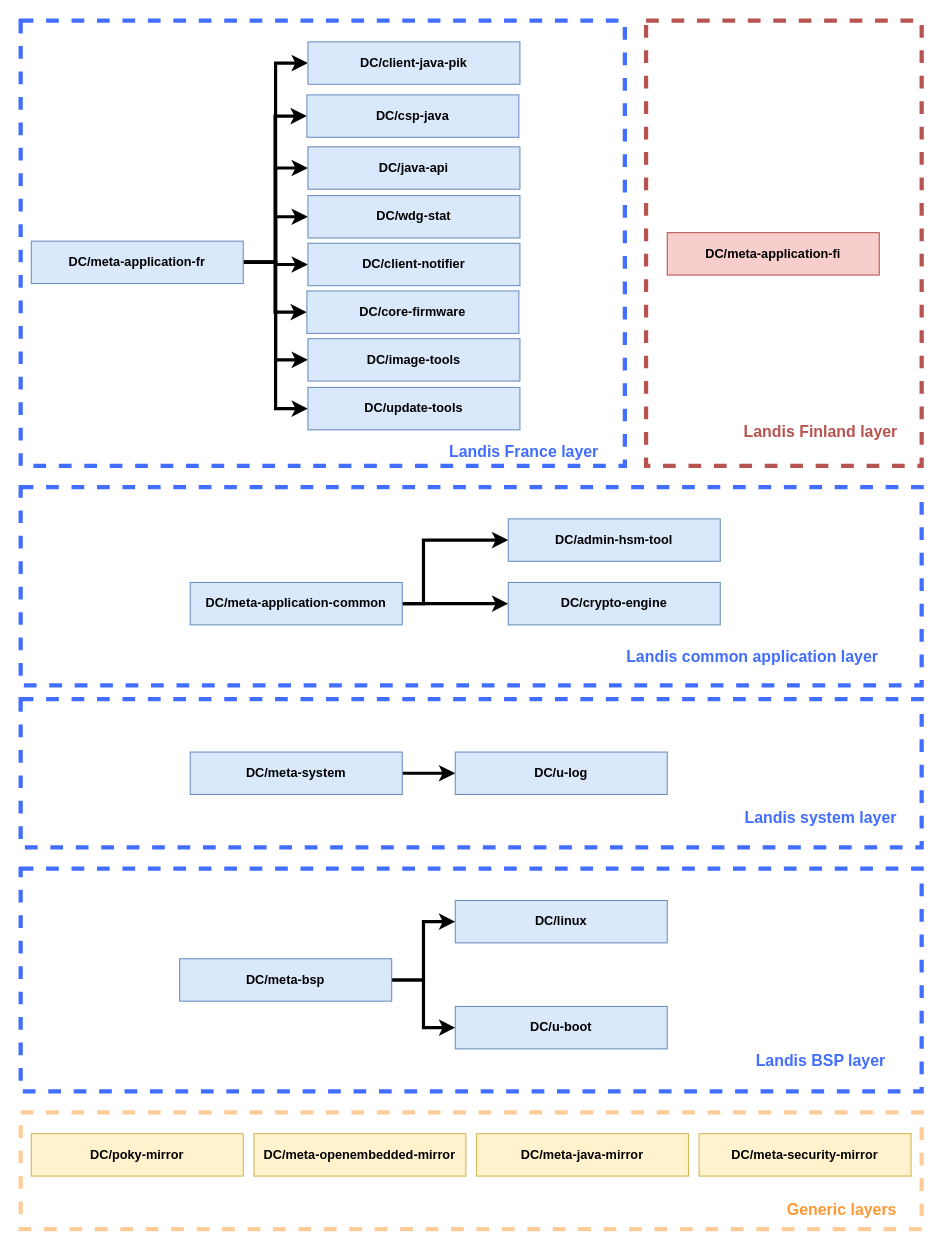
karimLG/docs keeps this draw.io diagram as images/YoctoStructure.drawio. Above is the earlier version. Source tidied: cells renumbered, new cells numbered last; positions are measured from the earlier drawing's top-left corner, leaving out a move shared by most shapes. Both pictures are drawn from the tidied source at 106%, with x=0, y=0 at pixel (20, 20).
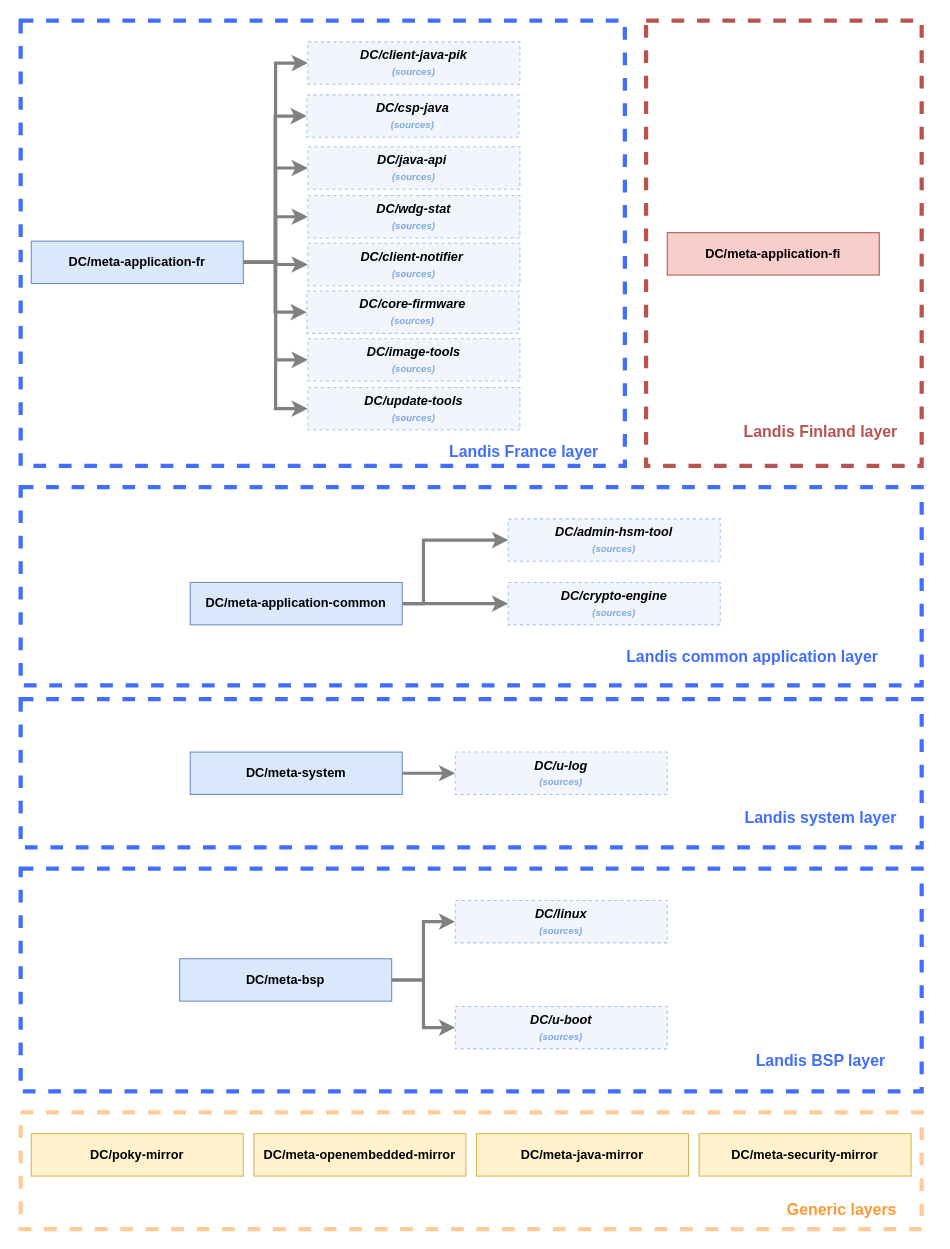
The same page after the edit.

Unchanged cells that the change refers to:
```xml
<mxCell id="11" value="&lt;b&gt;DC/meta-bsp&lt;/b&gt;" style="rounded=0;whiteSpace=wrap;html=1;fillColor=#dae8fc;strokeColor=#6c8ebf;" parent="1" vertex="1">
  <mxGeometry x="150" y="885" width="200" height="40" as="geometry" />
</mxCell>
<mxCell id="16" value="&lt;b&gt;DC/meta-system&lt;/b&gt;" style="rounded=0;whiteSpace=wrap;html=1;fillColor=#dae8fc;strokeColor=#6c8ebf;" parent="1" vertex="1">
  <mxGeometry x="160" y="690" width="200" height="40" as="geometry" />
</mxCell>
<mxCell id="23" value="&lt;b&gt;DC/meta-application-common&lt;/b&gt;" style="rounded=0;whiteSpace=wrap;html=1;fillColor=#dae8fc;strokeColor=#6c8ebf;" parent="1" vertex="1">
  <mxGeometry x="160" y="530" width="200" height="40" as="geometry" />
</mxCell>
<mxCell id="36" value="&lt;b&gt;DC/meta-application-fr&lt;/b&gt;" style="rounded=0;whiteSpace=wrap;html=1;fillColor=#dae8fc;strokeColor=#6c8ebf;" parent="1" vertex="1">
  <mxGeometry x="10" y="208" width="200" height="40" as="geometry" />
</mxCell>
```

The edit, as a diff of the source:
```diff
@@
+    <mxCell id="6" style="rounded=0;whiteSpace=wrap;html=1;fillColor=none;dashed=1;strokeWidth=4;strokeColor=#FFCC99;" parent="1" vertex="1">
+      <mxGeometry y="1030" width="850" height="110" as="geometry" />
+    </mxCell>
+    <mxCell id="18" style="rounded=0;whiteSpace=wrap;html=1;fillColor=none;dashed=1;strokeWidth=4;strokeColor=#426EFF;" parent="1" vertex="1">
+      <mxGeometry y="800" width="850" height="210" as="geometry" />
+    </mxCell>
@@
-    <mxCell id="6" style="rounded=0;whiteSpace=wrap;html=1;fillColor=none;dashed=1;strokeWidth=4;strokeColor=#FFCC99;" parent="1" vertex="1">
-      <mxGeometry y="1030" width="850" height="110" as="geometry" />
-    </mxCell>
@@
-    <mxCell id="9" style="edgeStyle=orthogonalEdgeStyle;rounded=0;jettySize=auto;html=1;exitX=1;exitY=0.5;exitDx=0;exitDy=0;entryX=0;entryY=0.5;entryDx=0;entryDy=0;fontSize=15;strokeWidth=3;" parent="1" edge="1" source="11" target="12">
+    <mxCell id="9" style="edgeStyle=orthogonalEdgeStyle;rounded=0;jettySize=auto;html=1;exitX=1;exitY=0.5;exitDx=0;exitDy=0;entryX=0;entryY=0.5;entryDx=0;entryDy=0;fontSize=15;strokeWidth=3;strokeColor=#808080;" parent="1" edge="1" source="11" target="12">
       <mxGeometry relative="1" as="geometry" />
     </mxCell>
-    <mxCell id="10" style="edgeStyle=orthogonalEdgeStyle;rounded=0;jettySize=auto;html=1;exitX=1;exitY=0.5;exitDx=0;exitDy=0;entryX=0;entryY=0.5;entryDx=0;entryDy=0;strokeWidth=3;fontSize=15;fontColor=#FF9933;" parent="1" edge="1" source="11" target="13">
+    <mxCell id="10" style="edgeStyle=orthogonalEdgeStyle;rounded=0;jettySize=auto;html=1;exitX=1;exitY=0.5;exitDx=0;exitDy=0;entryX=0;entryY=0.5;entryDx=0;entryDy=0;strokeWidth=3;fontSize=15;fontColor=#FF9933;strokeColor=#808080;" parent="1" edge="1" source="11" target="13">
       <mxGeometry relative="1" as="geometry" />
     </mxCell>
@@
-    <mxCell id="12" value="&lt;b&gt;DC/linux&lt;/b&gt;" style="rounded=0;whiteSpace=wrap;html=1;fillColor=#dae8fc;strokeColor=#6c8ebf;" parent="1" vertex="1">
+    <mxCell id="12" value="&lt;b&gt;DC/linux&lt;/b&gt;&lt;b&gt;&lt;br&gt;&lt;/b&gt;&lt;b&gt;&lt;font style=&quot;font-size: 9px;&quot; color=&quot;#7ea6e0&quot;&gt;(sources)&lt;/font&gt;&lt;/b&gt;" style="rounded=0;whiteSpace=wrap;html=1;fillColor=#F2F6FC;strokeColor=#A9C4EB;dashed=1;fontStyle=2;" parent="1" vertex="1">
       <mxGeometry x="410" y="830" width="200" height="40" as="geometry" />
     </mxCell>
-    <mxCell id="13" value="&lt;b&gt;DC/u-boot&lt;/b&gt;" style="rounded=0;whiteSpace=wrap;html=1;fillColor=#dae8fc;strokeColor=#6c8ebf;" parent="1" vertex="1">
+    <mxCell id="13" value="&lt;b&gt;DC/u-boot&lt;/b&gt;&lt;b&gt;&lt;br&gt;&lt;/b&gt;&lt;b&gt;&lt;font style=&quot;font-size: 9px;&quot; color=&quot;#7ea6e0&quot;&gt;(sources)&lt;/font&gt;&lt;/b&gt;" style="rounded=0;whiteSpace=wrap;html=1;fillColor=#F2F6FC;strokeColor=#A9C4EB;fontStyle=2;dashed=1;" parent="1" vertex="1">
       <mxGeometry x="410" y="930" width="200" height="40" as="geometry" />
     </mxCell>
@@
-    <mxCell id="15" style="edgeStyle=orthogonalEdgeStyle;rounded=0;jettySize=auto;html=1;strokeWidth=3;fontSize=15;fontColor=#426EFF;" parent="1" edge="1" source="16" target="17">
+    <mxCell id="15" style="edgeStyle=orthogonalEdgeStyle;rounded=0;jettySize=auto;html=1;strokeWidth=3;fontSize=15;fontColor=#426EFF;strokeColor=#808080;" parent="1" edge="1" source="16" target="17">
       <mxGeometry relative="1" as="geometry" />
     </mxCell>
@@
-    <mxCell id="17" value="&lt;b&gt;DC/u-log&lt;/b&gt;" style="rounded=0;whiteSpace=wrap;html=1;fillColor=#dae8fc;strokeColor=#6c8ebf;" parent="1" vertex="1">
+    <mxCell id="17" value="&lt;b&gt;DC/u-log&lt;/b&gt;&lt;b&gt;&lt;br&gt;&lt;/b&gt;&lt;b&gt;&lt;font style=&quot;font-size: 9px;&quot; color=&quot;#7ea6e0&quot;&gt;(sources)&lt;/font&gt;&lt;/b&gt;" style="rounded=0;whiteSpace=wrap;html=1;fillColor=#F2F6FC;strokeColor=#A9C4EB;fontStyle=2;dashed=1;" parent="1" vertex="1">
       <mxGeometry x="410" y="690" width="200" height="40" as="geometry" />
     </mxCell>
-    <mxCell id="18" style="rounded=0;whiteSpace=wrap;html=1;fillColor=none;dashed=1;strokeWidth=4;strokeColor=#426EFF;" parent="1" vertex="1">
-      <mxGeometry y="800" width="850" height="210" as="geometry" />
-    </mxCell>
@@
-    <mxCell id="21" style="edgeStyle=orthogonalEdgeStyle;rounded=0;jettySize=auto;html=1;exitX=1;exitY=0.5;exitDx=0;exitDy=0;strokeWidth=3;fontSize=15;fontColor=#426EFF;entryX=0;entryY=0.5;entryDx=0;entryDy=0;" parent="1" edge="1" source="23" target="24">
+    <mxCell id="21" style="edgeStyle=orthogonalEdgeStyle;rounded=0;jettySize=auto;html=1;exitX=1;exitY=0.5;exitDx=0;exitDy=0;strokeWidth=3;fontSize=15;fontColor=#426EFF;entryX=0;entryY=0.5;entryDx=0;entryDy=0;strokeColor=#808080;" parent="1" edge="1" source="23" target="24">
       <mxGeometry relative="1" as="geometry">
         <Array as="points">
           <mxPoint x="380" y="490" />
         </Array>
       </mxGeometry>
     </mxCell>
-    <mxCell id="22" style="edgeStyle=orthogonalEdgeStyle;rounded=0;jettySize=auto;html=1;exitX=1;exitY=0.5;exitDx=0;exitDy=0;strokeWidth=3;fontSize=15;fontColor=#426EFF;" parent="1" edge="1" source="23" target="25">
+    <mxCell id="22" style="edgeStyle=orthogonalEdgeStyle;rounded=0;jettySize=auto;html=1;exitX=1;exitY=0.5;exitDx=0;exitDy=0;strokeWidth=3;fontSize=15;fontColor=#426EFF;strokeColor=#808080;" parent="1" edge="1" source="23" target="25">
       <mxGeometry relative="1" as="geometry" />
     </mxCell>
@@
-    <mxCell id="24" value="&lt;b&gt;DC/admin-hsm-tool&lt;/b&gt;" style="rounded=0;whiteSpace=wrap;html=1;fillColor=#dae8fc;strokeColor=#6c8ebf;" parent="1" vertex="1">
+    <mxCell id="24" value="&lt;b&gt;DC/admin-hsm-tool&lt;/b&gt;&lt;b&gt;&lt;br&gt;&lt;/b&gt;&lt;b&gt;&lt;font style=&quot;font-size: 9px;&quot; color=&quot;#7ea6e0&quot;&gt;(sources)&lt;/font&gt;&lt;/b&gt;" style="rounded=0;whiteSpace=wrap;html=1;fillColor=#F2F6FC;strokeColor=#A9C4EB;fontStyle=2;dashed=1;" parent="1" vertex="1">
       <mxGeometry x="460" y="470" width="200" height="40" as="geometry" />
     </mxCell>
-    <mxCell id="25" value="&lt;b&gt;DC/crypto-engine&lt;/b&gt;" style="rounded=0;whiteSpace=wrap;html=1;fillColor=#dae8fc;strokeColor=#6c8ebf;" parent="1" vertex="1">
+    <mxCell id="25" value="&lt;b&gt;DC/crypto-engine&lt;/b&gt;&lt;b&gt;&lt;br&gt;&lt;/b&gt;&lt;b&gt;&lt;font style=&quot;font-size: 9px;&quot; color=&quot;#7ea6e0&quot;&gt;(sources)&lt;/font&gt;&lt;/b&gt;" style="rounded=0;whiteSpace=wrap;html=1;fillColor=#F2F6FC;strokeColor=#A9C4EB;fontStyle=2;dashed=1;" parent="1" vertex="1">
       <mxGeometry x="460" y="530" width="200" height="40" as="geometry" />
     </mxCell>
@@
-    <mxCell id="28" style="edgeStyle=orthogonalEdgeStyle;rounded=0;jettySize=auto;html=1;exitX=1;exitY=0.5;exitDx=0;exitDy=0;entryX=0;entryY=0.5;entryDx=0;entryDy=0;strokeWidth=3;fontSize=15;fontColor=#426EFF;" parent="1" edge="1" source="36" target="37">
+    <mxCell id="28" style="edgeStyle=orthogonalEdgeStyle;rounded=0;jettySize=auto;html=1;exitX=1;exitY=0.5;exitDx=0;exitDy=0;entryX=0;entryY=0.5;entryDx=0;entryDy=0;strokeWidth=3;fontSize=15;fontColor=#426EFF;strokeColor=#808080;" parent="1" edge="1" source="36" target="37">
       <mxGeometry relative="1" as="geometry" />
     </mxCell>
-    <mxCell id="29" style="edgeStyle=orthogonalEdgeStyle;rounded=0;jettySize=auto;html=1;exitX=1;exitY=0.5;exitDx=0;exitDy=0;entryX=0;entryY=0.5;entryDx=0;entryDy=0;strokeWidth=3;fontSize=15;fontColor=#426EFF;" parent="1" edge="1" source="36" target="38">
+    <mxCell id="29" style="edgeStyle=orthogonalEdgeStyle;rounded=0;jettySize=auto;html=1;exitX=1;exitY=0.5;exitDx=0;exitDy=0;entryX=0;entryY=0.5;entryDx=0;entryDy=0;strokeWidth=3;fontSize=15;fontColor=#426EFF;strokeColor=#808080;" parent="1" edge="1" source="36" target="38">
       <mxGeometry relative="1" as="geometry" />
     </mxCell>
-    <mxCell id="30" style="edgeStyle=orthogonalEdgeStyle;rounded=0;jettySize=auto;html=1;exitX=1;exitY=0.5;exitDx=0;exitDy=0;entryX=0;entryY=0.5;entryDx=0;entryDy=0;strokeWidth=3;fontSize=15;fontColor=#426EFF;" parent="1" edge="1" source="36" target="39">
+    <mxCell id="30" style="edgeStyle=orthogonalEdgeStyle;rounded=0;jettySize=auto;html=1;exitX=1;exitY=0.5;exitDx=0;exitDy=0;entryX=0;entryY=0.5;entryDx=0;entryDy=0;strokeWidth=3;fontSize=15;fontColor=#426EFF;strokeColor=#808080;" parent="1" edge="1" source="36" target="39">
       <mxGeometry relative="1" as="geometry" />
     </mxCell>
-    <mxCell id="31" style="edgeStyle=orthogonalEdgeStyle;rounded=0;jettySize=auto;html=1;exitX=1;exitY=0.5;exitDx=0;exitDy=0;strokeWidth=3;fontSize=15;fontColor=#426EFF;" parent="1" edge="1" source="36" target="40">
+    <mxCell id="31" style="edgeStyle=orthogonalEdgeStyle;rounded=0;jettySize=auto;html=1;exitX=1;exitY=0.5;exitDx=0;exitDy=0;strokeWidth=3;fontSize=15;fontColor=#426EFF;strokeColor=#808080;" parent="1" edge="1" source="36" target="40">
       <mxGeometry relative="1" as="geometry" />
     </mxCell>
-    <mxCell id="32" style="edgeStyle=orthogonalEdgeStyle;rounded=0;jettySize=auto;html=1;exitX=1;exitY=0.5;exitDx=0;exitDy=0;entryX=0;entryY=0.5;entryDx=0;entryDy=0;strokeWidth=3;fontSize=15;fontColor=#426EFF;" parent="1" edge="1" source="36" target="41">
+    <mxCell id="32" style="edgeStyle=orthogonalEdgeStyle;rounded=0;jettySize=auto;html=1;exitX=1;exitY=0.5;exitDx=0;exitDy=0;entryX=0;entryY=0.5;entryDx=0;entryDy=0;strokeWidth=3;fontSize=15;fontColor=#426EFF;strokeColor=#808080;" parent="1" edge="1" source="36" target="41">
       <mxGeometry relative="1" as="geometry" />
     </mxCell>
-    <mxCell id="33" style="edgeStyle=orthogonalEdgeStyle;rounded=0;jettySize=auto;html=1;exitX=1;exitY=0.5;exitDx=0;exitDy=0;entryX=0;entryY=0.5;entryDx=0;entryDy=0;strokeWidth=3;fontSize=15;fontColor=#426EFF;" parent="1" edge="1" source="36" target="42">
+    <mxCell id="33" style="edgeStyle=orthogonalEdgeStyle;rounded=0;jettySize=auto;html=1;exitX=1;exitY=0.5;exitDx=0;exitDy=0;entryX=0;entryY=0.5;entryDx=0;entryDy=0;strokeWidth=3;fontSize=15;fontColor=#426EFF;strokeColor=#808080;" parent="1" edge="1" source="36" target="42">
       <mxGeometry relative="1" as="geometry" />
     </mxCell>
-    <mxCell id="34" style="edgeStyle=orthogonalEdgeStyle;rounded=0;jettySize=auto;html=1;exitX=1;exitY=0.5;exitDx=0;exitDy=0;entryX=0;entryY=0.5;entryDx=0;entryDy=0;strokeWidth=3;fontSize=15;fontColor=#426EFF;" parent="1" edge="1" source="36" target="43">
+    <mxCell id="34" style="edgeStyle=orthogonalEdgeStyle;rounded=0;jettySize=auto;html=1;exitX=1;exitY=0.5;exitDx=0;exitDy=0;entryX=0;entryY=0.5;entryDx=0;entryDy=0;strokeWidth=3;fontSize=15;fontColor=#426EFF;strokeColor=#808080;" parent="1" edge="1" source="36" target="43">
       <mxGeometry relative="1" as="geometry" />
     </mxCell>
-    <mxCell id="35" style="edgeStyle=orthogonalEdgeStyle;rounded=0;jettySize=auto;html=1;exitX=1;exitY=0.5;exitDx=0;exitDy=0;entryX=0;entryY=0.5;entryDx=0;entryDy=0;strokeWidth=3;" parent="1" edge="1" source="36" target="48">
+    <mxCell id="35" style="edgeStyle=orthogonalEdgeStyle;rounded=0;jettySize=auto;html=1;exitX=1;exitY=0.5;exitDx=0;exitDy=0;entryX=0;entryY=0.5;entryDx=0;entryDy=0;strokeWidth=3;strokeColor=#808080;" parent="1" edge="1" source="36" target="48">
       <mxGeometry relative="1" as="geometry" />
     </mxCell>
@@
-    <mxCell id="37" value="&lt;b&gt;DC/client-java-pik&lt;/b&gt;" style="rounded=0;whiteSpace=wrap;html=1;fillColor=#dae8fc;strokeColor=#6c8ebf;" parent="1" vertex="1">
+    <mxCell id="37" value="&lt;div style=&quot;text-align: justify;&quot;&gt;&lt;b style=&quot;background-color: initial;&quot;&gt;DC/client-java-pik&lt;/b&gt;&lt;/div&gt;&lt;b&gt;&lt;font style=&quot;font-size: 9px;&quot; color=&quot;#7ea6e0&quot;&gt;(sources)&lt;/font&gt;&lt;/b&gt;" style="rounded=0;whiteSpace=wrap;html=1;fillColor=#F2F6FC;strokeColor=#A9C4EB;fontStyle=2;dashed=1;" parent="1" vertex="1">
       <mxGeometry x="271" y="20" width="200" height="40" as="geometry" />
     </mxCell>
-    <mxCell id="38" value="&lt;b&gt;DC/java-api&lt;/b&gt;" style="rounded=0;whiteSpace=wrap;html=1;fillColor=#dae8fc;strokeColor=#6c8ebf;" parent="1" vertex="1">
+    <mxCell id="38" value="&lt;b&gt;DC/java-api&lt;/b&gt;&lt;b&gt;&lt;font color=&quot;#7ea6e0&quot;&gt;&amp;nbsp;&lt;/font&gt;&lt;/b&gt;&lt;b&gt;&lt;br&gt;&lt;/b&gt;&lt;b&gt;&lt;font style=&quot;font-size: 9px;&quot; color=&quot;#7ea6e0&quot;&gt;(sources)&lt;/font&gt;&lt;/b&gt;&lt;b&gt;&lt;font color=&quot;#7ea6e0&quot;&gt;&lt;br&gt;&lt;/font&gt;&lt;/b&gt;" style="rounded=0;whiteSpace=wrap;html=1;fillColor=#F2F6FC;strokeColor=#A9C4EB;fontStyle=2;dashed=1;" parent="1" vertex="1">
       <mxGeometry x="271" y="119" width="200" height="40" as="geometry" />
     </mxCell>
-    <mxCell id="39" value="&lt;b&gt;DC/wdg-stat&lt;/b&gt;" style="rounded=0;whiteSpace=wrap;html=1;fillColor=#dae8fc;strokeColor=#6c8ebf;" parent="1" vertex="1">
+    <mxCell id="39" value="&lt;b&gt;DC/wdg-stat&lt;/b&gt;&lt;b&gt;&lt;br&gt;&lt;/b&gt;&lt;b&gt;&lt;font style=&quot;font-size: 9px;&quot; color=&quot;#7ea6e0&quot;&gt;(sources)&lt;/font&gt;&lt;/b&gt;" style="rounded=0;whiteSpace=wrap;html=1;fillColor=#F2F6FC;strokeColor=#A9C4EB;fontStyle=2;dashed=1;" parent="1" vertex="1">
       <mxGeometry x="271" y="165" width="200" height="40" as="geometry" />
     </mxCell>
-    <mxCell id="40" value="&lt;b&gt;DC/client-notifier&lt;/b&gt;" style="rounded=0;whiteSpace=wrap;html=1;fillColor=#dae8fc;strokeColor=#6c8ebf;" parent="1" vertex="1">
+    <mxCell id="40" value="&lt;b&gt;DC/client-notifier&lt;/b&gt;&lt;b&gt;&lt;font color=&quot;#7ea6e0&quot;&gt;&amp;nbsp;&lt;/font&gt;&lt;/b&gt;&lt;b&gt;&lt;br&gt;&lt;/b&gt;&lt;b&gt;&lt;font style=&quot;font-size: 9px;&quot; color=&quot;#7ea6e0&quot;&gt;(sources)&lt;/font&gt;&lt;/b&gt;" style="rounded=0;whiteSpace=wrap;html=1;fillColor=#F2F6FC;strokeColor=#A9C4EB;fontStyle=2;dashed=1;" parent="1" vertex="1">
       <mxGeometry x="271" y="210" width="200" height="40" as="geometry" />
     </mxCell>
-    <mxCell id="41" value="&lt;b&gt;DC/core-firmware&lt;/b&gt;" style="rounded=0;whiteSpace=wrap;html=1;fillColor=#dae8fc;strokeColor=#6c8ebf;" parent="1" vertex="1">
+    <mxCell id="41" value="&lt;b&gt;DC/core-firmware&lt;br&gt;&lt;/b&gt;&lt;b&gt;&lt;font style=&quot;font-size: 9px;&quot; color=&quot;#7ea6e0&quot;&gt;(sources)&lt;/font&gt;&lt;/b&gt;" style="rounded=0;whiteSpace=wrap;html=1;fillColor=#F2F6FC;strokeColor=#A9C4EB;fontStyle=2;dashed=1;" parent="1" vertex="1">
       <mxGeometry x="270" y="255" width="200" height="40" as="geometry" />
     </mxCell>
-    <mxCell id="42" value="&lt;b&gt;DC/image-tools&lt;/b&gt;" style="rounded=0;whiteSpace=wrap;html=1;fillColor=#dae8fc;strokeColor=#6c8ebf;" parent="1" vertex="1">
+    <mxCell id="42" value="&lt;b&gt;DC/image-tools&lt;/b&gt;&lt;b&gt;&lt;br&gt;&lt;/b&gt;&lt;b&gt;&lt;font style=&quot;font-size: 9px;&quot; color=&quot;#7ea6e0&quot;&gt;(sources)&lt;/font&gt;&lt;/b&gt;" style="rounded=0;whiteSpace=wrap;html=1;fillColor=#F2F6FC;strokeColor=#A9C4EB;fontStyle=2;dashed=1;" parent="1" vertex="1">
       <mxGeometry x="271" y="300" width="200" height="40" as="geometry" />
     </mxCell>
-    <mxCell id="43" value="&lt;b&gt;DC/update-tools&lt;/b&gt;" style="rounded=0;whiteSpace=wrap;html=1;fillColor=#dae8fc;strokeColor=#6c8ebf;" parent="1" vertex="1">
+    <mxCell id="43" value="&lt;b&gt;DC/update-tools&lt;/b&gt;&lt;b&gt;&lt;br&gt;&lt;/b&gt;&lt;b&gt;&lt;font style=&quot;font-size: 9px;&quot; color=&quot;#7ea6e0&quot;&gt;(sources)&lt;/font&gt;&lt;/b&gt;" style="rounded=0;whiteSpace=wrap;html=1;fillColor=#F2F6FC;strokeColor=#A9C4EB;fontStyle=2;dashed=1;" parent="1" vertex="1">
       <mxGeometry x="271" y="346" width="200" height="40" as="geometry" />
     </mxCell>
@@
-    <mxCell id="48" value="&lt;b&gt;DC/csp-java&lt;/b&gt;" style="rounded=0;whiteSpace=wrap;html=1;fillColor=#dae8fc;strokeColor=#6c8ebf;" parent="1" vertex="1">
+    <mxCell id="48" value="&lt;b&gt;DC/csp-java&lt;/b&gt;&lt;b&gt;&lt;br&gt;&lt;/b&gt;&lt;b&gt;&lt;font style=&quot;font-size: 9px;&quot; color=&quot;#7ea6e0&quot;&gt;(sources)&lt;/font&gt;&lt;/b&gt;" style="rounded=0;whiteSpace=wrap;html=1;fillColor=#F2F6FC;strokeColor=#A9C4EB;fontStyle=2;dashed=1;" parent="1" vertex="1">
       <mxGeometry x="270" y="70" width="200" height="40" as="geometry" />
     </mxCell>
```
